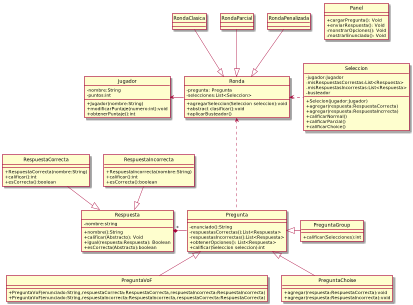
This is src/main/java/edu/fiuba/algo3/modelo/diagramas/DiagramaDeClases.png from AmayaSantos/TP2-1, a PlantUML export, as it was before one commit.
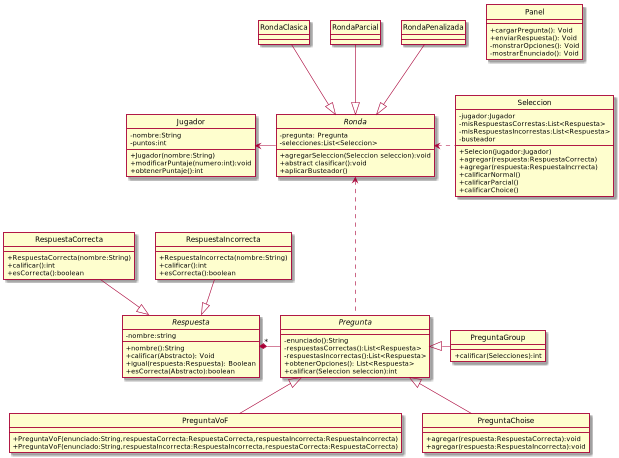
After the commit.

Commit message:
Arreglo en selecion y diagrama de Clases

Diff of the diagram source:
```diff
@@ -10,7 +10,7 @@
 }
 
 
-Class Pregunta{
+Abstract Pregunta{
     -enunciado():String
     -respuestasCorrectas():List<Respuesta>
     -respuestasIncorrectas():List<Respuesta>
@@ -18,7 +18,7 @@
     +calificar(Seleccion seleccion):int
 }
 
-Class Respuesta{
+Abstract Respuesta{
     -nombre:string
     +nombre():String
     +calificar(Abstracto): Void
@@ -81,7 +81,7 @@
     +obtenerPuntaje():int
 }
 
-Class Ronda{
+Abstract Ronda{
    -pregunta: Pregunta
    -selecciones:List<Seleccion>
    +agregarSeleccion(Seleccion seleccion):void
```
